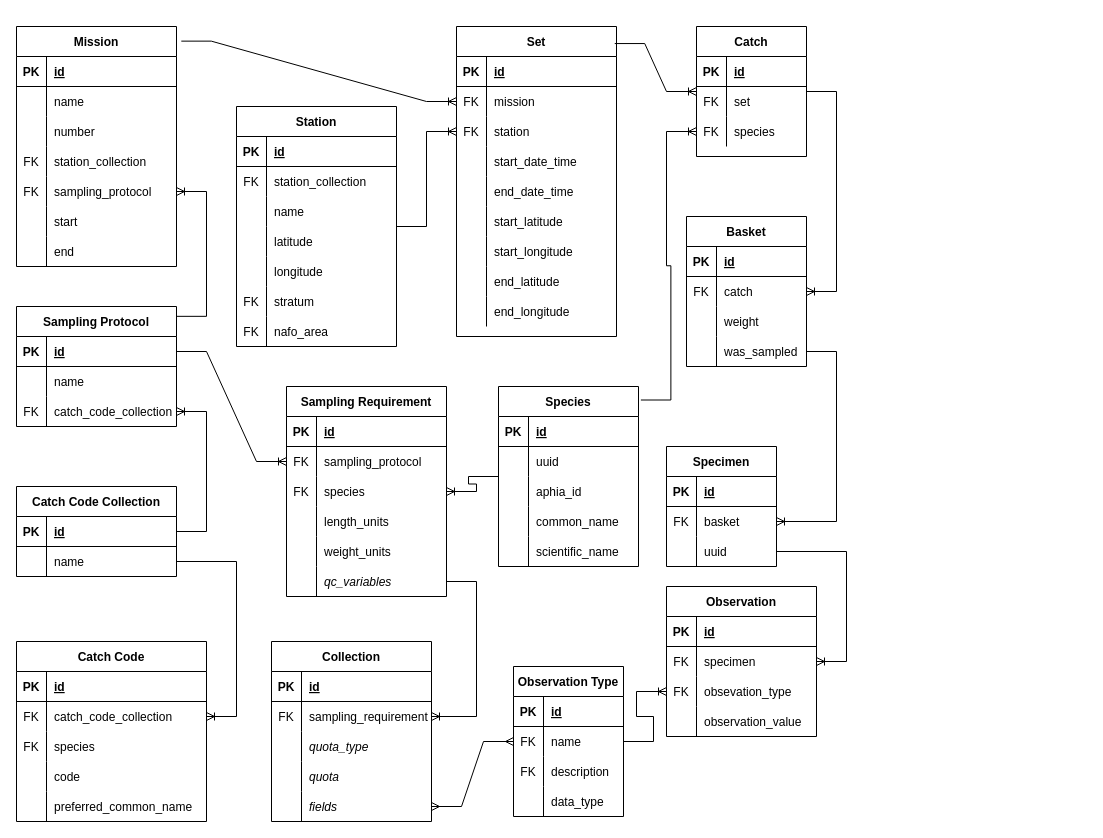
Above: ANDES-TechReport-EN/figures/src/erd_ecosystem_survey.drawio in dfo-gulf-science/ANDES-description-report-2023 (draw.io), before the change. Source tidied: cells renumbered, new cells numbered last; positions are measured from the earlier drawing's top-left corner, leaving out a move shared by most shapes. Both pictures are drawn from the tidied source at 100%, with x=0, y=0 at pixel (16, 26).
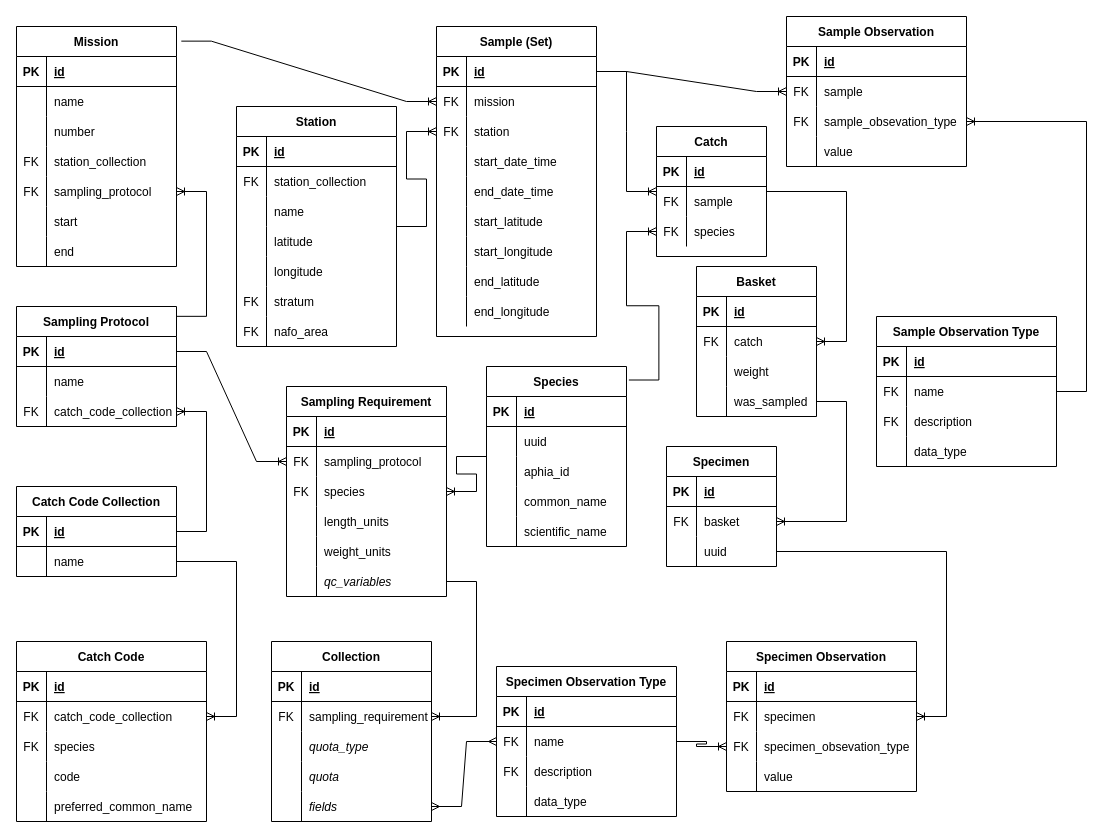
Above is the later version.

The change refers to these unchanged cells:
```xml
<mxCell id="4" style="shape=partialRectangle;fillColor=none;points=[[0,0.5],[1,0.5]];portConstraint=eastwest;top=0;left=0;right=0;bottom=1;" parent="3" vertex="1">
  <mxGeometry y="30" width="160" height="30" as="geometry" />
</mxCell>
<mxCell id="80" style="shape=partialRectangle;fillColor=none;top=0;left=0;right=0;bottom=0;" parent="76" vertex="1">
  <mxGeometry y="60" width="110" height="30" as="geometry" />
</mxCell>
```

What changed in the source:
```diff
@@
-    <mxCell id="3" value="Set" style="shape=table;startSize=30;childLayout=tableLayout;rowLines=0;fontStyle=1;align=center;" parent="1" vertex="1">
-      <mxGeometry x="440" width="160" height="310" as="geometry" />
+    <mxCell id="3" value="Sample (Set)" style="shape=table;startSize=30;childLayout=tableLayout;rowLines=0;fontStyle=1;align=center;" parent="1" vertex="1">
+      <mxGeometry x="420" width="160" height="310" as="geometry" />
     </mxCell>
@@
     <mxCell id="31" value="Basket" style="shape=table;startSize=30;childLayout=tableLayout;rowLines=0;fontStyle=1;align=center;" parent="1" vertex="1">
-      <mxGeometry x="670" y="190" width="120" height="150" as="geometry" />
+      <mxGeometry x="680" y="240" width="120" height="150" as="geometry" />
     </mxCell>
@@
     <mxCell id="76" value="Catch" style="shape=table;startSize=30;childLayout=tableLayout;rowLines=0;fontStyle=1;align=center;" parent="1" vertex="1">
-      <mxGeometry x="680" width="110" height="130" as="geometry" />
+      <mxGeometry x="640" y="100" width="110" height="130" as="geometry" />
     </mxCell>
@@
-    <mxCell id="82" value="set" style="shape=partialRectangle;overflow=hidden;fillColor=none;top=0;left=0;bottom=0;right=0;align=left;spacingLeft=6;" parent="80" vertex="1">
+    <mxCell id="82" value="sample" style="shape=partialRectangle;overflow=hidden;fillColor=none;top=0;left=0;bottom=0;right=0;align=left;spacingLeft=6;" parent="80" vertex="1">
       <mxGeometry x="30" width="80" height="30" as="geometry" />
     </mxCell>
@@
-    <mxCell id="86" value="Observation" style="shape=table;startSize=30;childLayout=tableLayout;rowLines=0;fontStyle=1;align=center;" parent="1" vertex="1">
-      <mxGeometry x="650" y="560" width="150" height="150" as="geometry" />
+    <mxCell id="86" value="Specimen Observation" style="shape=table;startSize=30;childLayout=tableLayout;rowLines=0;fontStyle=1;align=center;" parent="1" vertex="1">
+      <mxGeometry x="710" y="615" width="190" height="150" as="geometry" />
     </mxCell>
     <mxCell id="87" style="shape=partialRectangle;fillColor=none;top=0;left=0;right=0;bottom=1;" parent="86" vertex="1">
-      <mxGeometry y="30" width="150" height="30" as="geometry" />
+      <mxGeometry y="30" width="190" height="30" as="geometry" />
     </mxCell>
@@
     <mxCell id="89" value="id" style="shape=partialRectangle;overflow=hidden;fillColor=none;top=0;left=0;bottom=0;right=0;align=left;spacingLeft=6;fontStyle=5;" parent="87" vertex="1">
-      <mxGeometry x="30" width="120" height="30" as="geometry" />
+      <mxGeometry x="30" width="160" height="30" as="geometry" />
     </mxCell>
     <mxCell id="90" style="shape=partialRectangle;fillColor=none;top=0;left=0;right=0;bottom=0;" parent="86" vertex="1">
-      <mxGeometry y="60" width="150" height="30" as="geometry" />
+      <mxGeometry y="60" width="190" height="30" as="geometry" />
     </mxCell>
@@
     <mxCell id="92" value="specimen" style="shape=partialRectangle;overflow=hidden;fillColor=none;top=0;left=0;bottom=0;right=0;align=left;spacingLeft=6;" parent="90" vertex="1">
-      <mxGeometry x="30" width="120" height="30" as="geometry" />
+      <mxGeometry x="30" width="160" height="30" as="geometry" />
     </mxCell>
     <mxCell id="93" style="shape=partialRectangle;fillColor=none;points=[[0,0.5],[1,0.5]];portConstraint=eastwest;top=0;left=0;right=0;bottom=0;" parent="86" vertex="1">
-      <mxGeometry y="90" width="150" height="30" as="geometry" />
+      <mxGeometry y="90" width="190" height="30" as="geometry" />
     </mxCell>
@@
-    <mxCell id="95" value="obsevation_type" style="shape=partialRectangle;overflow=hidden;fillColor=none;top=0;left=0;bottom=0;right=0;align=left;spacingLeft=6;" parent="93" vertex="1">
-      <mxGeometry x="30" width="120" height="30" as="geometry" />
+    <mxCell id="95" value="specimen_obsevation_type" style="shape=partialRectangle;overflow=hidden;fillColor=none;top=0;left=0;bottom=0;right=0;align=left;spacingLeft=6;" parent="93" vertex="1">
+      <mxGeometry x="30" width="160" height="30" as="geometry" />
     </mxCell>
     <mxCell id="96" style="shape=partialRectangle;fillColor=none;top=0;left=0;right=0;bottom=0;" parent="86" vertex="1">
-      <mxGeometry y="120" width="150" height="30" as="geometry" />
+      <mxGeometry y="120" width="190" height="30" as="geometry" />
     </mxCell>
@@
-    <mxCell id="98" value="observation_value" style="shape=partialRectangle;overflow=hidden;fillColor=none;top=0;left=0;bottom=0;right=0;align=left;spacingLeft=6;" parent="96" vertex="1">
-      <mxGeometry x="30" width="120" height="30" as="geometry" />
+    <mxCell id="98" value="value" style="shape=partialRectangle;overflow=hidden;fillColor=none;top=0;left=0;bottom=0;right=0;align=left;spacingLeft=6;" parent="96" vertex="1">
+      <mxGeometry x="30" width="160" height="30" as="geometry" />
     </mxCell>
@@
-    <mxCell id="144" value="Observation Type" style="shape=table;startSize=30;childLayout=tableLayout;rowLines=0;fontStyle=1;align=center;" parent="1" vertex="1">
-      <mxGeometry x="497" y="640" width="110" height="150" as="geometry" />
+    <mxCell id="144" value="Specimen Observation Type" style="shape=table;startSize=30;childLayout=tableLayout;rowLines=0;fontStyle=1;align=center;" parent="1" vertex="1">
+      <mxGeometry x="480" y="640" width="180" height="150" as="geometry" />
     </mxCell>
     <mxCell id="145" style="shape=partialRectangle;fillColor=none;top=0;left=0;right=0;bottom=1;" parent="144" vertex="1">
-      <mxGeometry y="30" width="110" height="30" as="geometry" />
+      <mxGeometry y="30" width="180" height="30" as="geometry" />
     </mxCell>
@@
     <mxCell id="147" value="id" style="shape=partialRectangle;overflow=hidden;fillColor=none;top=0;left=0;bottom=0;right=0;align=left;spacingLeft=6;fontStyle=5;" parent="145" vertex="1">
-      <mxGeometry x="30" width="80" height="30" as="geometry" />
+      <mxGeometry x="30" width="150" height="30" as="geometry" />
     </mxCell>
     <mxCell id="148" style="shape=partialRectangle;fillColor=none;top=0;left=0;right=0;bottom=0;" parent="144" vertex="1">
-      <mxGeometry y="60" width="110" height="30" as="geometry" />
+      <mxGeometry y="60" width="180" height="30" as="geometry" />
     </mxCell>
@@
     <mxCell id="150" value="name" style="shape=partialRectangle;overflow=hidden;fillColor=none;top=0;left=0;bottom=0;right=0;align=left;spacingLeft=6;" parent="148" vertex="1">
-      <mxGeometry x="30" width="80" height="30" as="geometry" />
+      <mxGeometry x="30" width="150" height="30" as="geometry" />
     </mxCell>
     <mxCell id="151" style="shape=partialRectangle;fillColor=none;top=0;left=0;right=0;bottom=0;" parent="144" vertex="1">
-      <mxGeometry y="90" width="110" height="30" as="geometry" />
+      <mxGeometry y="90" width="180" height="30" as="geometry" />
     </mxCell>
@@
     <mxCell id="153" value="description" style="shape=partialRectangle;overflow=hidden;fillColor=none;top=0;left=0;bottom=0;right=0;align=left;spacingLeft=6;" parent="151" vertex="1">
-      <mxGeometry x="30" width="80" height="30" as="geometry" />
+      <mxGeometry x="30" width="150" height="30" as="geometry" />
     </mxCell>
     <mxCell id="154" style="shape=partialRectangle;fillColor=none;top=0;left=0;right=0;bottom=0;" parent="144" vertex="1">
-      <mxGeometry y="120" width="110" height="30" as="geometry" />
+      <mxGeometry y="120" width="180" height="30" as="geometry" />
     </mxCell>
@@
     <mxCell id="156" value="data_type" style="shape=partialRectangle;overflow=hidden;fillColor=none;top=0;left=0;bottom=0;right=0;align=left;spacingLeft=6;" parent="154" vertex="1">
-      <mxGeometry x="30" width="80" height="30" as="geometry" />
+      <mxGeometry x="30" width="150" height="30" as="geometry" />
     </mxCell>
@@
-    <mxCell id="180" style="fontSize=12;html=1;endArrow=ERoneToMany;rounded=0;elbow=vertical;edgeStyle=entityRelationEdgeStyle;exitX=0.989;exitY=0.055;exitDx=0;exitDy=0;exitPerimeter=0;" parent="1" edge="1" source="3" target="76">
+    <mxCell id="180" style="fontSize=12;html=1;endArrow=ERoneToMany;rounded=0;elbow=vertical;edgeStyle=entityRelationEdgeStyle;exitX=1;exitY=0.5;exitDx=0;exitDy=0;" parent="1" edge="1" source="4" target="76">
       <mxGeometry relative="1" as="geometry" />
     </mxCell>
@@
     <mxCell id="192" value="Species" style="shape=table;startSize=30;childLayout=tableLayout;rowLines=0;fontStyle=1;align=center;" parent="1" vertex="1">
-      <mxGeometry x="482" y="360" width="140" height="180" as="geometry" />
+      <mxGeometry x="470" y="340" width="140" height="180" as="geometry" />
     </mxCell>
@@
+    <mxCell id="232" value="Sample Observation Type" style="shape=table;startSize=30;childLayout=tableLayout;rowLines=0;fontStyle=1;align=center;" parent="1" vertex="1">
+      <mxGeometry x="860" y="290" width="180" height="150" as="geometry" />
+    </mxCell>
+    <mxCell id="233" style="shape=partialRectangle;fillColor=none;top=0;left=0;right=0;bottom=1;" parent="232" vertex="1">
+      <mxGeometry y="30" width="180" height="30" as="geometry" />
+    </mxCell>
+    <mxCell id="234" value="PK" style="shape=partialRectangle;overflow=hidden;fillColor=none;top=0;left=0;bottom=0;right=0;fontStyle=1;" parent="233" vertex="1">
+      <mxGeometry width="30" height="30" as="geometry" />
+    </mxCell>
+    <mxCell id="235" value="id" style="shape=partialRectangle;overflow=hidden;fillColor=none;top=0;left=0;bottom=0;right=0;align=left;spacingLeft=6;fontStyle=5;" parent="233" vertex="1">
+      <mxGeometry x="30" width="150" height="30" as="geometry" />
+    </mxCell>
+    <mxCell id="236" style="shape=partialRectangle;fillColor=none;top=0;left=0;right=0;bottom=0;" parent="232" vertex="1">
+      <mxGeometry y="60" width="180" height="30" as="geometry" />
+    </mxCell>
+    <mxCell id="237" value="FK" style="shape=partialRectangle;overflow=hidden;fillColor=none;top=0;left=0;bottom=0;right=0;" parent="236" vertex="1">
+      <mxGeometry width="30" height="30" as="geometry" />
+    </mxCell>
+    <mxCell id="238" value="name" style="shape=partialRectangle;overflow=hidden;fillColor=none;top=0;left=0;bottom=0;right=0;align=left;spacingLeft=6;" parent="236" vertex="1">
+      <mxGeometry x="30" width="150" height="30" as="geometry" />
+    </mxCell>
+    <mxCell id="239" style="shape=partialRectangle;fillColor=none;top=0;left=0;right=0;bottom=0;" parent="232" vertex="1">
+      <mxGeometry y="90" width="180" height="30" as="geometry" />
+    </mxCell>
+    <mxCell id="240" value="FK" style="shape=partialRectangle;overflow=hidden;fillColor=none;top=0;left=0;bottom=0;right=0;" parent="239" vertex="1">
+      <mxGeometry width="30" height="30" as="geometry" />
+    </mxCell>
+    <mxCell id="241" value="description" style="shape=partialRectangle;overflow=hidden;fillColor=none;top=0;left=0;bottom=0;right=0;align=left;spacingLeft=6;" parent="239" vertex="1">
+      <mxGeometry x="30" width="150" height="30" as="geometry" />
+    </mxCell>
+    <mxCell id="242" style="shape=partialRectangle;fillColor=none;top=0;left=0;right=0;bottom=0;" parent="232" vertex="1">
+      <mxGeometry y="120" width="180" height="30" as="geometry" />
+    </mxCell>
+    <mxCell id="243" style="shape=partialRectangle;overflow=hidden;fillColor=none;top=0;left=0;bottom=0;right=0;" parent="242" vertex="1">
+      <mxGeometry width="30" height="30" as="geometry" />
+    </mxCell>
+    <mxCell id="244" value="data_type" style="shape=partialRectangle;overflow=hidden;fillColor=none;top=0;left=0;bottom=0;right=0;align=left;spacingLeft=6;" parent="242" vertex="1">
+      <mxGeometry x="30" width="150" height="30" as="geometry" />
+    </mxCell>
+    <mxCell id="245" value="Sample Observation" style="shape=table;startSize=30;childLayout=tableLayout;rowLines=0;fontStyle=1;align=center;" parent="1" vertex="1">
+      <mxGeometry x="770" y="-10" width="180" height="150" as="geometry" />
+    </mxCell>
+    <mxCell id="246" style="shape=partialRectangle;fillColor=none;top=0;left=0;right=0;bottom=1;" parent="245" vertex="1">
+      <mxGeometry y="30" width="180" height="30" as="geometry" />
+    </mxCell>
+    <mxCell id="247" value="PK" style="shape=partialRectangle;overflow=hidden;fillColor=none;top=0;left=0;bottom=0;right=0;fontStyle=1;" parent="246" vertex="1">
+      <mxGeometry width="30" height="30" as="geometry" />
+    </mxCell>
+    <mxCell id="248" value="id" style="shape=partialRectangle;overflow=hidden;fillColor=none;top=0;left=0;bottom=0;right=0;align=left;spacingLeft=6;fontStyle=5;" parent="246" vertex="1">
+      <mxGeometry x="30" width="150" height="30" as="geometry" />
+    </mxCell>
+    <mxCell id="249" style="shape=partialRectangle;fillColor=none;points=[[0,0.5],[1,0.5]];portConstraint=eastwest;top=0;left=0;right=0;bottom=0;" parent="245" vertex="1">
+      <mxGeometry y="60" width="180" height="30" as="geometry" />
+    </mxCell>
+    <mxCell id="250" value="FK" style="shape=partialRectangle;overflow=hidden;fillColor=none;top=0;left=0;bottom=0;right=0;" parent="249" vertex="1">
+      <mxGeometry width="30" height="30" as="geometry" />
+    </mxCell>
+    <mxCell id="251" value="sample" style="shape=partialRectangle;overflow=hidden;fillColor=none;top=0;left=0;bottom=0;right=0;align=left;spacingLeft=6;" parent="249" vertex="1">
+      <mxGeometry x="30" width="150" height="30" as="geometry" />
+    </mxCell>
+    <mxCell id="252" style="shape=partialRectangle;fillColor=none;points=[[0,0.5],[1,0.5]];portConstraint=eastwest;top=0;left=0;right=0;bottom=0;" parent="245" vertex="1">
+      <mxGeometry y="90" width="180" height="30" as="geometry" />
+    </mxCell>
+    <mxCell id="253" value="FK" style="shape=partialRectangle;overflow=hidden;fillColor=none;top=0;left=0;bottom=0;right=0;" parent="252" vertex="1">
+      <mxGeometry width="30" height="30" as="geometry" />
+    </mxCell>
+    <mxCell id="254" value="sample_obsevation_type" style="shape=partialRectangle;overflow=hidden;fillColor=none;top=0;left=0;bottom=0;right=0;align=left;spacingLeft=6;" parent="252" vertex="1">
+      <mxGeometry x="30" width="150" height="30" as="geometry" />
+    </mxCell>
+    <mxCell id="255" style="shape=partialRectangle;fillColor=none;top=0;left=0;right=0;bottom=0;" parent="245" vertex="1">
+      <mxGeometry y="120" width="180" height="30" as="geometry" />
+    </mxCell>
+    <mxCell id="256" style="shape=partialRectangle;overflow=hidden;fillColor=none;top=0;left=0;bottom=0;right=0;" parent="255" vertex="1">
+      <mxGeometry width="30" height="30" as="geometry" />
+    </mxCell>
+    <mxCell id="257" value="value" style="shape=partialRectangle;overflow=hidden;fillColor=none;top=0;left=0;bottom=0;right=0;align=left;spacingLeft=6;" parent="255" vertex="1">
+      <mxGeometry x="30" width="150" height="30" as="geometry" />
+    </mxCell>
+    <mxCell id="258" style="fontSize=12;html=1;endArrow=ERoneToMany;rounded=0;elbow=vertical;edgeStyle=entityRelationEdgeStyle;entryX=1;entryY=0.5;entryDx=0;entryDy=0;" parent="1" edge="1" source="232" target="252">
+      <mxGeometry relative="1" as="geometry">
+        <Array as="points">
+          <mxPoint x="1030" y="180" />
+          <mxPoint x="1040" y="220" />
+          <mxPoint x="1070" y="140" />
+          <mxPoint x="1020" y="160" />
+        </Array>
+      </mxGeometry>
+    </mxCell>
+    <mxCell id="259" style="fontSize=12;html=1;endArrow=ERoneToMany;rounded=0;elbow=vertical;edgeStyle=entityRelationEdgeStyle;entryX=0;entryY=0.5;entryDx=0;entryDy=0;" parent="1" edge="1" source="4" target="249">
+      <mxGeometry relative="1" as="geometry">
+        <Array as="points">
+          <mxPoint x="1080" y="150" />
+          <mxPoint x="820" y="-10" />
+          <mxPoint x="830" y="-1" />
+          <mxPoint x="820" y="-1" />
+        </Array>
+      </mxGeometry>
+    </mxCell>
```
